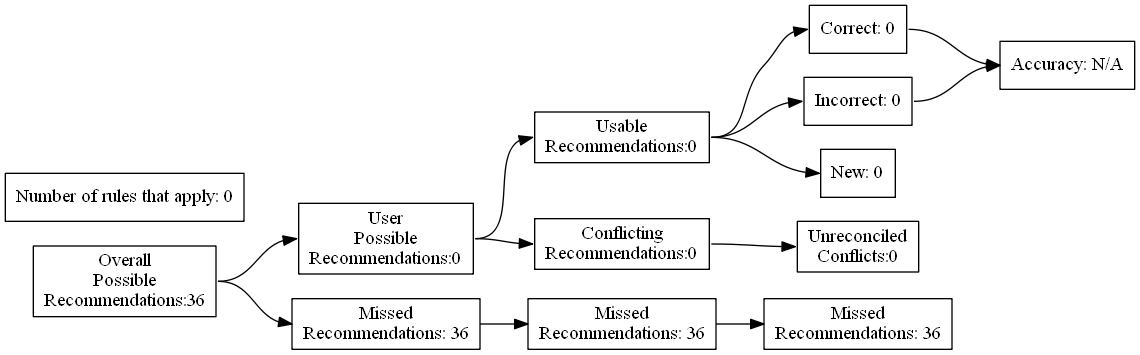
The Graphviz diagram test_renders/97.gv.png in ZaxR/ibd_diet_analysis, before a commit. Its source is kept beside it as test_renders/97.gv.
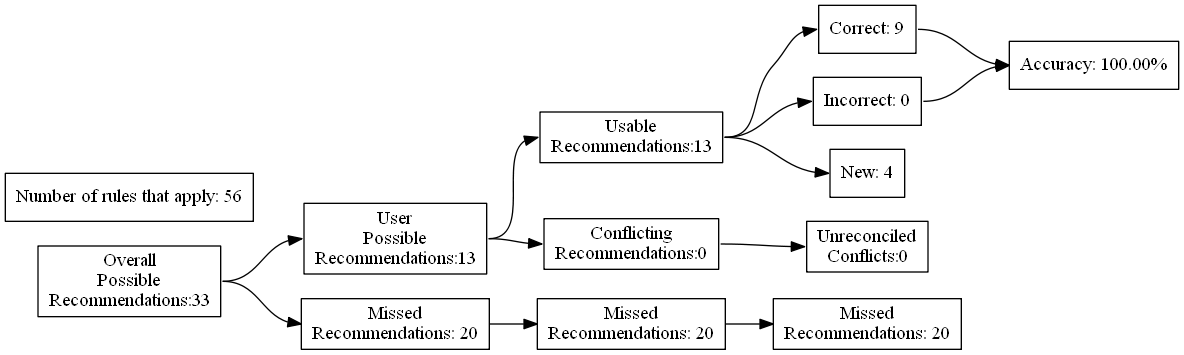
The same file after the commit.

Change to the diagram source:
```diff
@@ -4,27 +4,27 @@
 	edge [headport=w tailport=e]
 		A [label="Overall
 Possible
-Recommendations:36"]
+Recommendations:33"]
 		B [label="User
 Possible
-Recommendations:0"]
+Recommendations:13"]
 		C [label="Missed
-Recommendations: 36"]
+Recommendations: 20"]
 		D [label="Usable
-Recommendations:0"]
+Recommendations:13"]
 		E [label="Conflicting
 Recommendations:0"]
 		J [label="Missed
-Recommendations: 36"]
+Recommendations: 20"]
 		M [label="Unreconciled
 Conflicts:0"]
-		F [label="Correct: 0"]
+		F [label="Correct: 9"]
 		G [label="Incorrect: 0"]
-		H [label="New: 0"]
+		H [label="New: 4"]
 		K [label="Missed
-Recommendations: 36"]
-		I [label="Accuracy: N/A"]
-		l [label="Number of rules that apply: 0"]
+Recommendations: 20"]
+		I [label="Accuracy: 100.00%"]
+		l [label="Number of rules that apply: 56"]
 			A -> B
 			A -> C
 			B -> D
```
